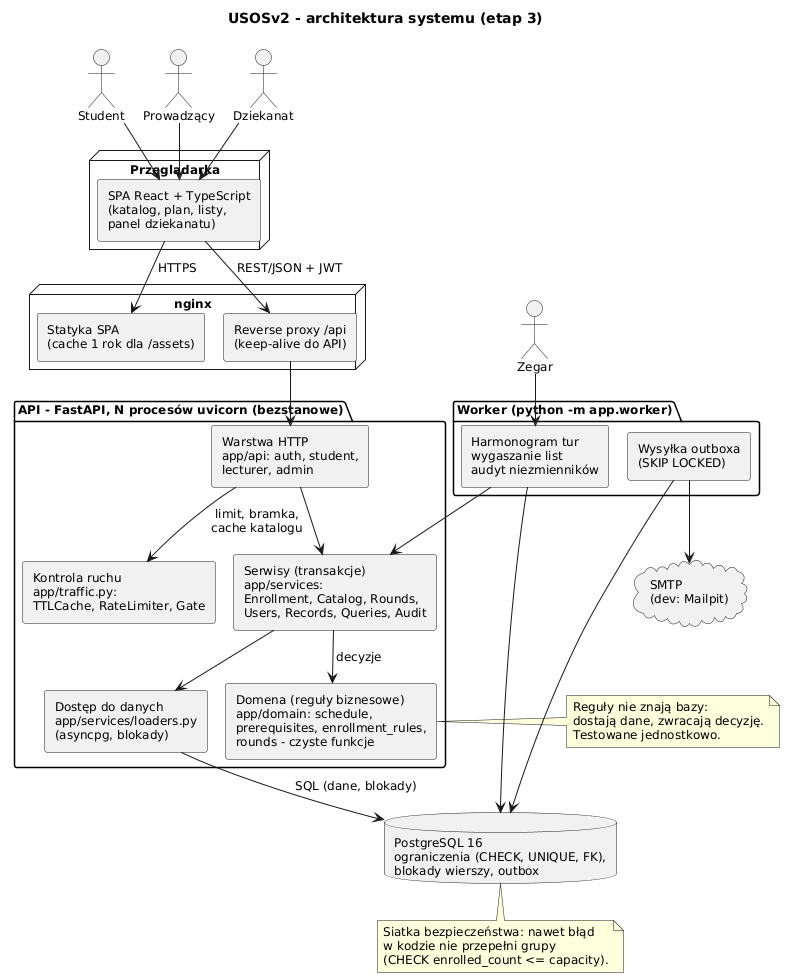
Husaria55/USOSv2 keeps this PlantUML diagram as etap3/diagramy/architektura.png. Above is the earlier version. The source it was exported from:
```plantuml
@startuml architektura
!pragma layout smetana
title USOSv2 - architektura systemu (etap 3)
skinparam componentStyle rectangle
skinparam shadowing false
skinparam defaultFontSize 12

actor "Student" as student
actor "Prowadzący" as prow
actor "Dziekanat" as admin
actor "Zegar" as zegar

node "Przeglądarka" {
  [SPA React + TypeScript\n(katalog, plan, listy,\npanel dziekanatu)] as spa
}

node "nginx" {
  [Statyka SPA\n(cache 1 rok dla /assets)] as static
  [Reverse proxy /api\n(keep-alive do API)] as proxy
}

package "API - FastAPI, N procesów uvicorn (bezstanowe)" {
  [Warstwa HTTP\napp/api: auth, student,\nlecturer, admin] as http
  [Kontrola ruchu\napp/traffic.py:\nTTLCache, RateLimiter, Gate] as traffic
  [Serwisy (transakcje)\napp/services:\nEnrollment, Catalog, Rounds,\nUsers, Records, Queries, Audit] as services
  [Dostęp do danych\napp/services/loaders.py\n(asyncpg, blokady)] as loaders
  [Domena (reguły biznesowe)\napp/domain: schedule,\nprerequisites, enrollment_rules,\nrounds - czyste funkcje] as domain
}

package "Worker (python -m app.worker)" {
  [Harmonogram tur\nwygaszanie list\naudyt niezmienników] as wtasks
  [Wysyłka outboxa\n(SKIP LOCKED)] as wmail
}

database "PostgreSQL 16\nograniczenia (CHECK, UNIQUE, FK),\nblokady wierszy, outbox" as db
cloud "SMTP\n(dev: Mailpit)" as smtp

student --> spa
prow --> spa
admin --> spa
spa --> static : HTTPS
spa --> proxy : REST/JSON + JWT
proxy --> http
http --> traffic : limit, bramka,\ncache katalogu
http --> services
services --> domain : decyzje
services --> loaders
loaders --> db : SQL (dane, blokady)
zegar --> wtasks
wtasks --> services
wtasks --> db
wmail --> db
wmail --> smtp

note right of domain
  Reguły nie znają bazy:
  dostają dane, zwracają decyzję.
  Testowane jednostkowo.
end note
note bottom of db
  Siatka bezpieczeństwa: nawet błąd
  w kodzie nie przepełni grupy
  (CHECK enrolled_count <= capacity).
end note
@enduml
```
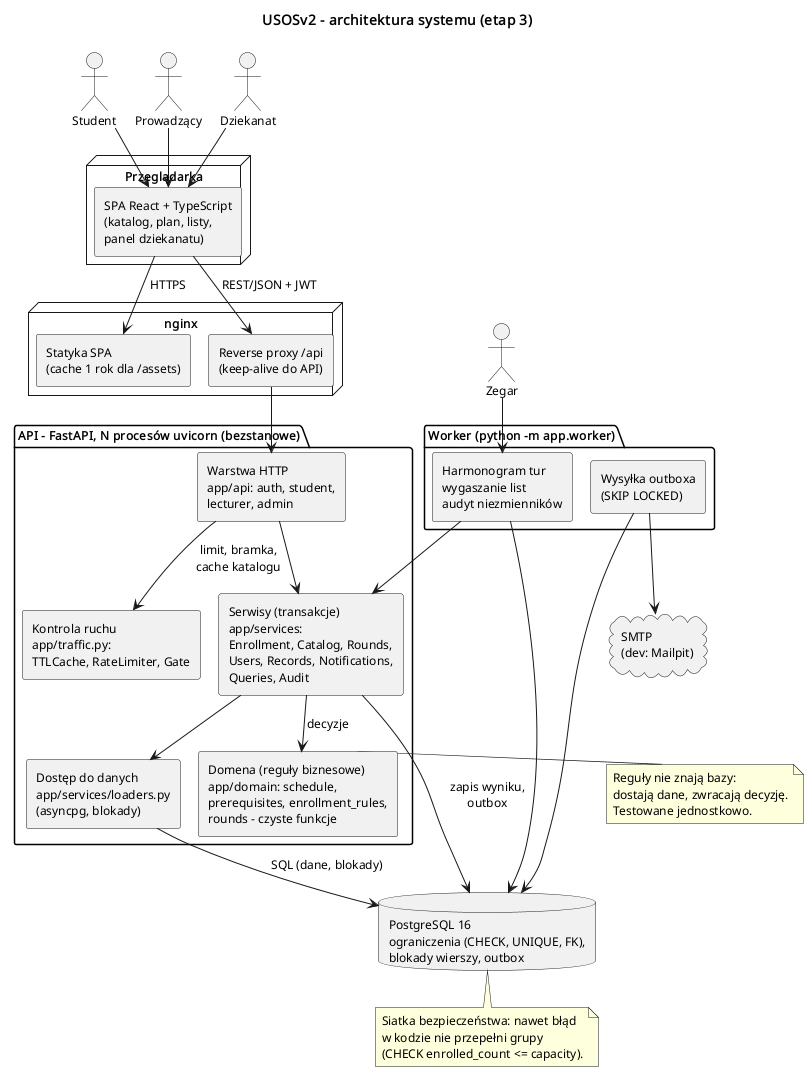
The same file after the commit.

The edit, as a diff of the source:
```diff
@@ -22,7 +22,7 @@
 package "API - FastAPI, N procesów uvicorn (bezstanowe)" {
   [Warstwa HTTP\napp/api: auth, student,\nlecturer, admin] as http
   [Kontrola ruchu\napp/traffic.py:\nTTLCache, RateLimiter, Gate] as traffic
-  [Serwisy (transakcje)\napp/services:\nEnrollment, Catalog, Rounds,\nUsers, Records, Queries, Audit] as services
+  [Serwisy (transakcje)\napp/services:\nEnrollment, Catalog, Rounds,\nUsers, Records, Notifications,\nQueries, Audit] as services
   [Dostęp do danych\napp/services/loaders.py\n(asyncpg, blokady)] as loaders
   [Domena (reguły biznesowe)\napp/domain: schedule,\nprerequisites, enrollment_rules,\nrounds - czyste funkcje] as domain
 }
@@ -46,6 +46,7 @@
 services --> domain : decyzje
 services --> loaders
 loaders --> db : SQL (dane, blokady)
+services --> db : zapis wyniku,\noutbox
 zegar --> wtasks
 wtasks --> services
 wtasks --> db
```
